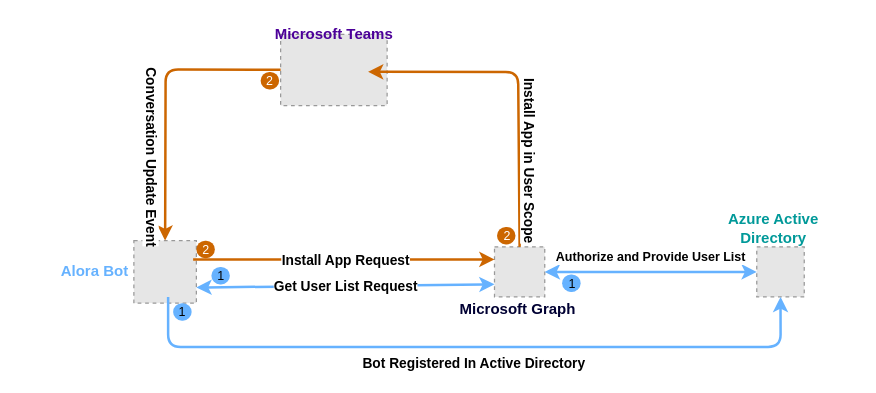
This is proactivemessage.drawio from Ranjumj/hcl_ui_test, a draw.io file, before an edit. Source tidied: cells renumbered, new cells numbered last; positions are measured from the earlier drawing's top-left corner, leaving out a move shared by most shapes. Both pictures are drawn from the tidied source at 125%, with x=0, y=0 at pixel (55, 21). Pictures stored in the file or linked from it are replaced by grey dashed boxes.
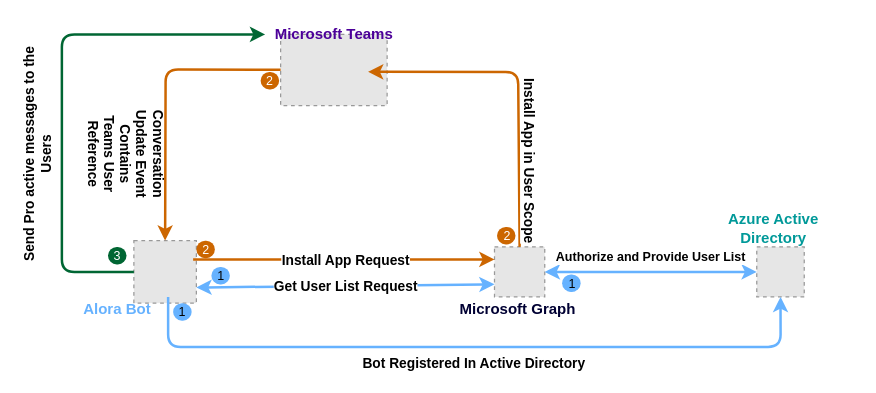
The same diagram, later.

Unchanged cells that the change refers to:
```xml
<mxCell id="3" style="fillColor=#E6E6E6;strokeColor=#999999;dashed=1;verticalLabelPosition=bottom;verticalAlign=top;" parent="1" vertex="1">
  <mxGeometry x="62.6" y="175" width="50" height="50" as="geometry" />
</mxCell>
<mxCell id="9" value="&lt;font color=&quot;#4c0099&quot;&gt;&lt;b&gt;Microsoft Teams&lt;/b&gt;&lt;/font&gt;" style="text;html=1;strokeColor=none;fillColor=none;align=center;verticalAlign=middle;whiteSpace=wrap;rounded=0;" parent="1" vertex="1">
  <mxGeometry x="167.6" width="110" height="20" as="geometry" />
</mxCell>
<mxCell id="18" style="endArrow=classic;html=1;entryX=0.5;entryY=0;entryDx=0;entryDy=0;strokeColor=#CC6600;strokeWidth=2;" parent="1" edge="1" source="5" target="3">
  <mxGeometry relative="1" as="geometry">
    <Array as="points">
      <mxPoint x="88" y="38" />
    </Array>
  </mxGeometry>
</mxCell>
```

The edit, as a diff of the source:
```diff
@@
+    <mxCell id="28" value="3" style="rounded=1;align=center;strokeColor=none;html=1;fontSize=10;labelBackgroundColor=none;sketch=0;arcSize=50;glass=0;perimeterSpacing=0;shadow=0;fontColor=#FFFFFF;fillColor=#006633;verticalAlign=middle;" parent="1" vertex="1">
+      <mxGeometry x="41.9" y="180" width="14.8" height="14" as="geometry" />
+    </mxCell>
@@
     <mxCell id="7" value="&lt;b&gt;&lt;font color=&quot;#66b2ff&quot;&gt;Alora Bot&lt;/font&gt;&lt;/b&gt;" style="text;html=1;strokeColor=none;fillColor=none;align=center;verticalAlign=middle;whiteSpace=wrap;rounded=0;" parent="1" vertex="1">
-      <mxGeometry y="190" width="62.6" height="20" as="geometry" />
+      <mxGeometry x="18" y="220" width="62.6" height="20" as="geometry" />
     </mxCell>
@@
-    <mxCell id="19" value="Conversation Update Event" style="edgeLabel;html=1;align=center;verticalAlign=middle;rotation=90;fontSize=11;fontStyle=1;" parent="18" vertex="1">
-      <mxGeometry relative="1" as="geometry">
-        <mxPoint x="-11" y="47" as="offset" />
-      </mxGeometry>
-    </mxCell>
@@
+    <mxCell id="29" style="endArrow=classic;html=1;exitX=0;exitY=0.5;exitDx=0;exitDy=0;entryX=0;entryY=0.5;entryDx=0;entryDy=0;strokeColor=#006633;strokeWidth=2;" parent="1" edge="1" source="3" target="9">
+      <mxGeometry relative="1" as="geometry">
+        <Array as="points">
+          <mxPoint x="5" y="200" />
+          <mxPoint x="5" y="10" />
+        </Array>
+      </mxGeometry>
+    </mxCell>
+    <mxCell id="30" value="&lt;b&gt;&lt;font style=&quot;font-size: 11px&quot;&gt;Send Pro active messages to the Users&lt;/font&gt;&lt;/b&gt;" style="text;html=1;strokeColor=none;fillColor=none;align=center;verticalAlign=middle;whiteSpace=wrap;rounded=0;fontSize=10;rotation=-90;" parent="1" vertex="1">
+      <mxGeometry x="-108.9" y="96" width="189.5" height="20" as="geometry" />
+    </mxCell>
+    <mxCell id="31" value="&lt;b&gt;&lt;font style=&quot;font-size: 11px&quot;&gt;Conversation Update Event Contains Teams User Reference&lt;/font&gt;&lt;/b&gt;" style="text;html=1;strokeColor=none;fillColor=none;align=center;verticalAlign=middle;whiteSpace=wrap;rounded=0;fontSize=10;rotation=90;" parent="1" vertex="1">
+      <mxGeometry x="36" y="96" width="40" height="20" as="geometry" />
+    </mxCell>
```
